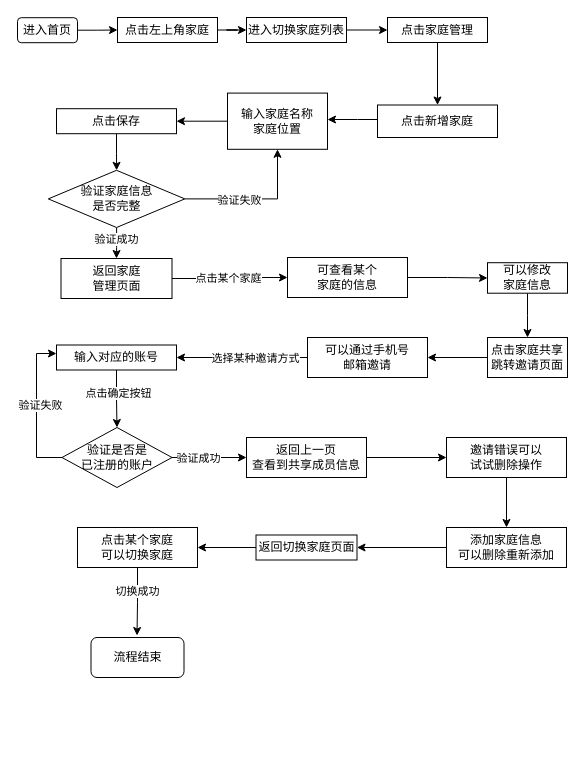
This is 家庭管理流程.drawio from liangqingnice/liangqingnice, a draw.io file, before an edit. Source tidied: cells renumbered, new cells numbered last; positions are measured from the earlier drawing's top-left corner, leaving out a move shared by most shapes. Both pictures are drawn from the tidied source at 100%, with x=0, y=0 at pixel (17, 17).
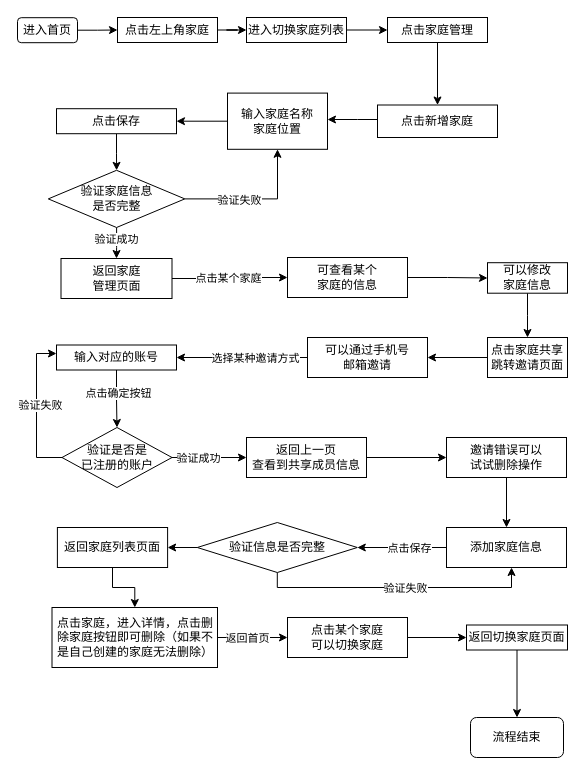
After the change.

Commit message:
更新家庭管理流程.drawio

The edit, as a diff of the source:
```diff
@@
-    <mxCell id="45" style="edgeStyle=orthogonalEdgeStyle;rounded=0;jettySize=auto;html=1;" parent="1" edge="1" source="46" target="48">
-      <mxGeometry relative="1" as="geometry" />
-    </mxCell>
+    <mxCell id="53" style="edgeStyle=orthogonalEdgeStyle;rounded=0;jettySize=auto;html=1;" parent="1" edge="1" source="46" target="60">
+      <mxGeometry relative="1" as="geometry" />
+    </mxCell>
+    <mxCell id="54" value="点击保存" style="edgeLabel;html=1;align=center;verticalAlign=middle;" parent="53" vertex="1">
+      <mxGeometry x="-0.27" y="1" relative="1" as="geometry">
+        <mxPoint x="-5" y="-1" as="offset" />
+      </mxGeometry>
+    </mxCell>
-    <mxCell id="46" value="添加家庭信息&lt;br&gt;可以删除重新添加" style="whiteSpace=wrap;html=1;rounded=0;" parent="1" vertex="1">
+    <mxCell id="46" value="添加家庭信息" style="whiteSpace=wrap;html=1;rounded=0;" parent="1" vertex="1">
       <mxGeometry x="429" y="510" width="120" height="40" as="geometry" />
     </mxCell>
-    <mxCell id="47" style="edgeStyle=orthogonalEdgeStyle;rounded=0;jettySize=auto;html=1;" parent="1" edge="1" source="48" target="51">
-      <mxGeometry relative="1" as="geometry" />
-    </mxCell>
+    <mxCell id="55" style="edgeStyle=orthogonalEdgeStyle;rounded=0;jettySize=auto;html=1;" parent="1" edge="1" source="48" target="52">
+      <mxGeometry relative="1" as="geometry" />
+    </mxCell>
     <mxCell id="48" value="返回切换家庭页面" style="whiteSpace=wrap;html=1;rounded=0;" parent="1" vertex="1">
-      <mxGeometry x="238.5" y="517.5" width="101" height="25" as="geometry" />
+      <mxGeometry x="449" y="607.5" width="101" height="25" as="geometry" />
     </mxCell>
-    <mxCell id="49" style="edgeStyle=orthogonalEdgeStyle;rounded=0;jettySize=auto;html=1;entryX=0.495;entryY=-0.05;entryDx=0;entryDy=0;entryPerimeter=0;" parent="1" edge="1" source="51" target="52">
-      <mxGeometry relative="1" as="geometry" />
-    </mxCell>
-    <mxCell id="50" value="切换成功" style="edgeLabel;html=1;align=center;verticalAlign=middle;" parent="49" vertex="1">
-      <mxGeometry x="-0.33" y="-1" relative="1" as="geometry" />
-    </mxCell>
+    <mxCell id="56" style="edgeStyle=orthogonalEdgeStyle;rounded=0;jettySize=auto;html=1;" parent="1" edge="1" source="51" target="48">
+      <mxGeometry relative="1" as="geometry" />
+    </mxCell>
     <mxCell id="51" value="点击某个家庭&lt;br&gt;可以切换家庭" style="whiteSpace=wrap;html=1;rounded=0;" parent="1" vertex="1">
-      <mxGeometry x="60" y="510" width="120" height="40" as="geometry" />
+      <mxGeometry x="270" y="600" width="120" height="40" as="geometry" />
     </mxCell>
     <mxCell id="52" value="流程结束" style="rounded=1;whiteSpace=wrap;html=1;" parent="1" vertex="1">
-      <mxGeometry x="73.5" y="620" width="93" height="40" as="geometry" />
+      <mxGeometry x="453" y="700" width="93" height="40" as="geometry" />
     </mxCell>
+    <mxCell id="57" style="edgeStyle=orthogonalEdgeStyle;rounded=0;jettySize=auto;html=1;entryX=0.542;entryY=1;entryDx=0;entryDy=0;entryPerimeter=0;" parent="1" edge="1" source="60" target="46">
+      <mxGeometry relative="1" as="geometry">
+        <Array as="points">
+          <mxPoint x="260" y="570" />
+          <mxPoint x="494" y="570" />
+        </Array>
+      </mxGeometry>
+    </mxCell>
+    <mxCell id="58" value="验证失败" style="edgeLabel;html=1;align=center;verticalAlign=middle;" parent="57" vertex="1">
+      <mxGeometry x="0.06" relative="1" as="geometry" />
+    </mxCell>
+    <mxCell id="59" style="edgeStyle=orthogonalEdgeStyle;rounded=0;jettySize=auto;html=1;" parent="1" edge="1" source="60" target="62">
+      <mxGeometry relative="1" as="geometry" />
+    </mxCell>
+    <mxCell id="60" value="验证信息是否完整" style="rhombus;whiteSpace=wrap;html=1;rounded=0;" parent="1" vertex="1">
+      <mxGeometry x="179.8" y="505" width="160" height="50" as="geometry" />
+    </mxCell>
+    <mxCell id="61" style="edgeStyle=orthogonalEdgeStyle;rounded=0;jettySize=auto;html=1;" parent="1" edge="1" source="62" target="65">
+      <mxGeometry relative="1" as="geometry" />
+    </mxCell>
+    <mxCell id="62" value="返回家庭列表页面" style="whiteSpace=wrap;html=1;rounded=0;" parent="1" vertex="1">
+      <mxGeometry x="39.9" y="510" width="110.2" height="40" as="geometry" />
+    </mxCell>
+    <mxCell id="63" style="edgeStyle=orthogonalEdgeStyle;rounded=0;jettySize=auto;html=1;" parent="1" edge="1" source="65" target="51">
+      <mxGeometry relative="1" as="geometry" />
+    </mxCell>
+    <mxCell id="64" value="返回首页" style="edgeLabel;html=1;align=center;verticalAlign=middle;" parent="63" vertex="1">
+      <mxGeometry x="-0.23" y="-1" relative="1" as="geometry">
+        <mxPoint x="2" y="-1" as="offset" />
+      </mxGeometry>
+    </mxCell>
+    <mxCell id="65" value="点击家庭，进入详情，点击删除家庭按钮即可删除（如果不是自己创建的家庭无法删除）" style="whiteSpace=wrap;html=1;rounded=0;" parent="1" vertex="1">
+      <mxGeometry x="34.5" y="590" width="165.5" height="60" as="geometry" />
+    </mxCell>
```
